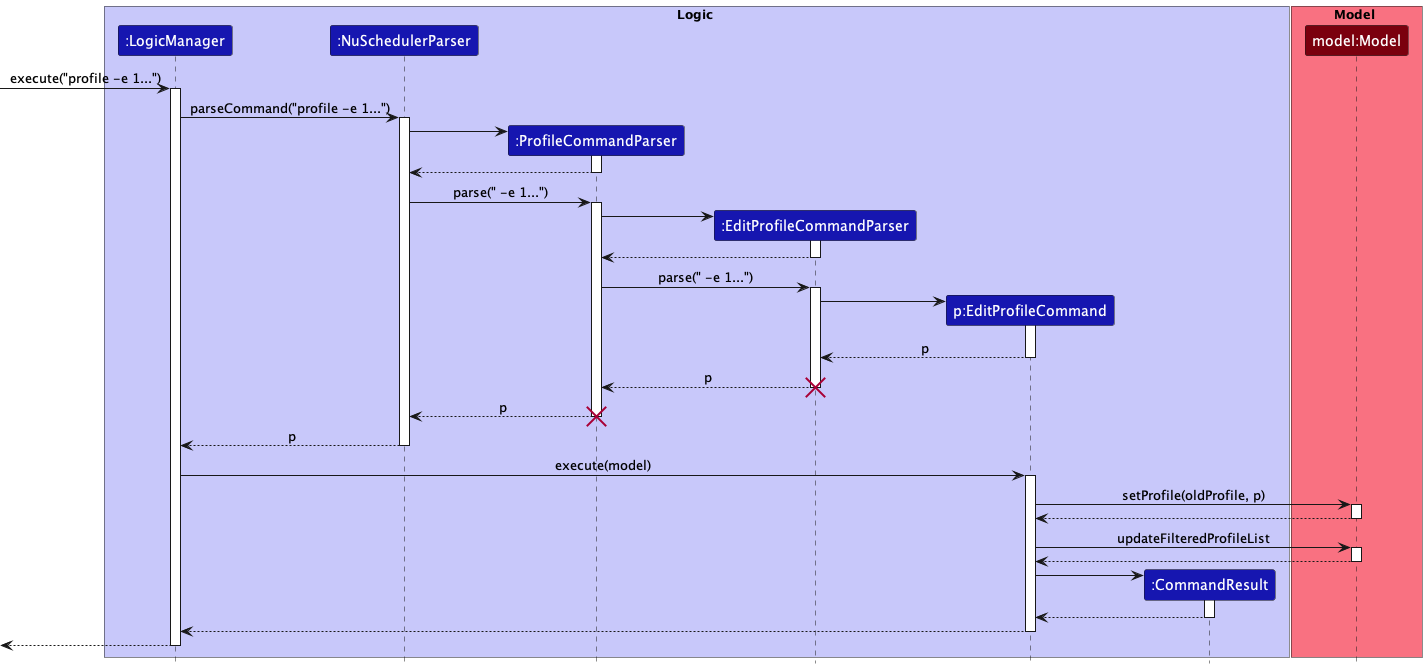
Earlier version of the PlantUML export docs/images/commands/EditProfileCommandSequenceDiagram.png (nus-cs2103-AY2223S1/tp). Source of this version:
```plantuml
@startuml
!include ../style.puml

box Logic LOGIC_COLOR_T1
Participant ":LogicManager" as logicManager LOGIC_COLOR_T3
Participant ":NuSchedulerParser" as nuSchedulerParser LOGIC_COLOR_T3
Participant ":ProfileCommandParser" as profileCommandParser LOGIC_COLOR_T3
Participant ":EditProfileCommandParser" as editProfileCommandParser LOGIC_COLOR_T3
Participant "p:EditProfileCommand" as editProfileCommand LOGIC_COLOR_T3
Participant ":CommandResult" as commandResult LOGIC_COLOR_T3
endBox

box Model MODEL_COLOR_T1
Participant "model:Model" as model MODEL_COLOR_T3
endBox

-> logicManager ++: execute("profile -e 1...")
logicManager -> nuSchedulerParser ++: parseCommand("profile -e 1...")

create profileCommandParser
nuSchedulerParser -> profileCommandParser ++
return
nuSchedulerParser -> profileCommandParser ++: parse(" -e 1...")

create editProfileCommandParser
profileCommandParser -> editProfileCommandParser ++
return
profileCommandParser -> editProfileCommandParser ++: parse(" -e 1...")

create editProfileCommand
editProfileCommandParser -> editProfileCommand ++
return p
return p
destroy editProfileCommandParser
return p
destroy profileCommandParser
return p

logicManager -> editProfileCommand ++: execute(model)
editProfileCommand -> model ++: setProfile(oldProfile, p)
return
editProfileCommand -> model ++: updateFilteredProfileList
return

create commandResult
editProfileCommand -> commandResult++
return
return
return

@enduml
```
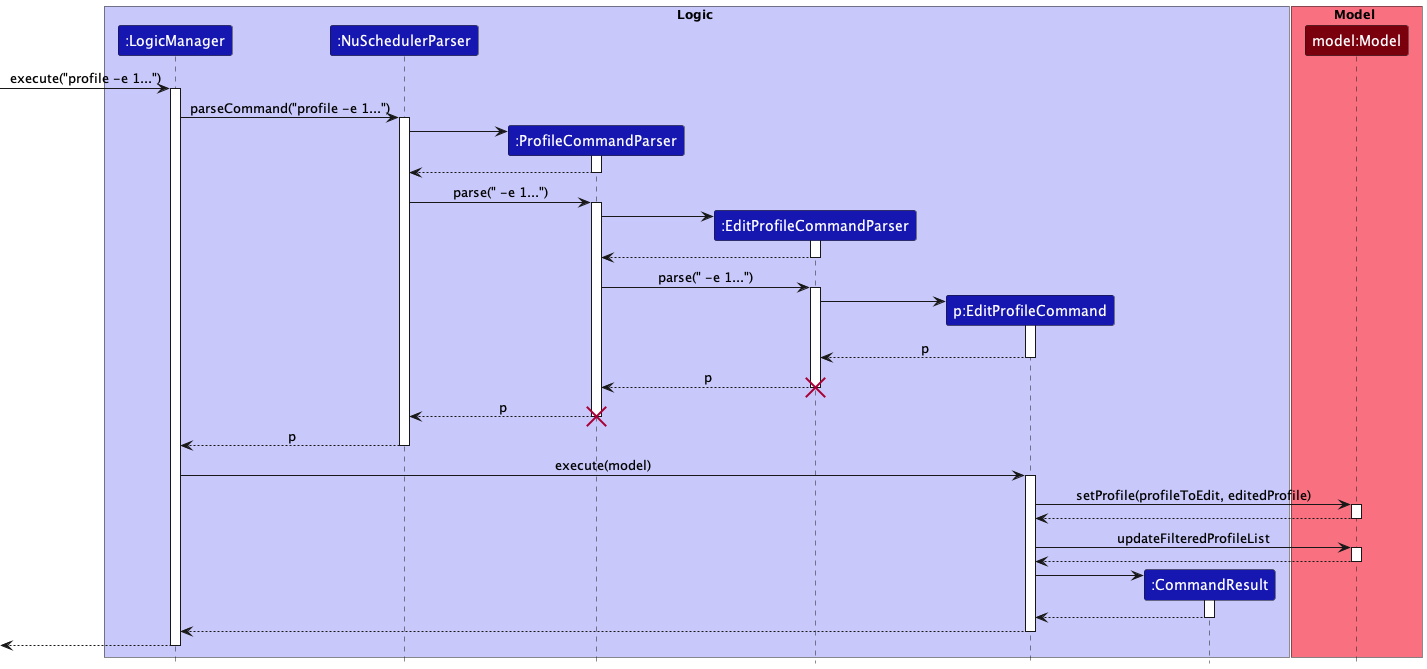
After the commit.

Commit message:
Tweak commands sequence diagrams

What changed in the source:
```diff
@@ -37,7 +37,7 @@
 return p
 
 logicManager -> editProfileCommand ++: execute(model)
-editProfileCommand -> model ++: setProfile(oldProfile, p)
+editProfileCommand -> model ++: setProfile(profileToEdit, editedProfile)
 return
 editProfileCommand -> model ++: updateFilteredProfileList
 return
```
